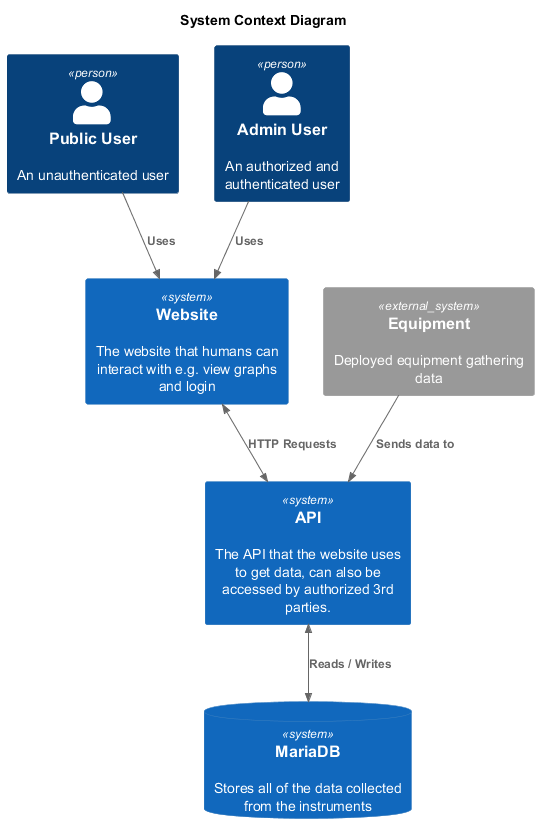
Above: docs/c4/context/System-Context-Diagram.png in asJoshua/CHIL-Data-Visualisation-Webapp (PlantUML), before the change.
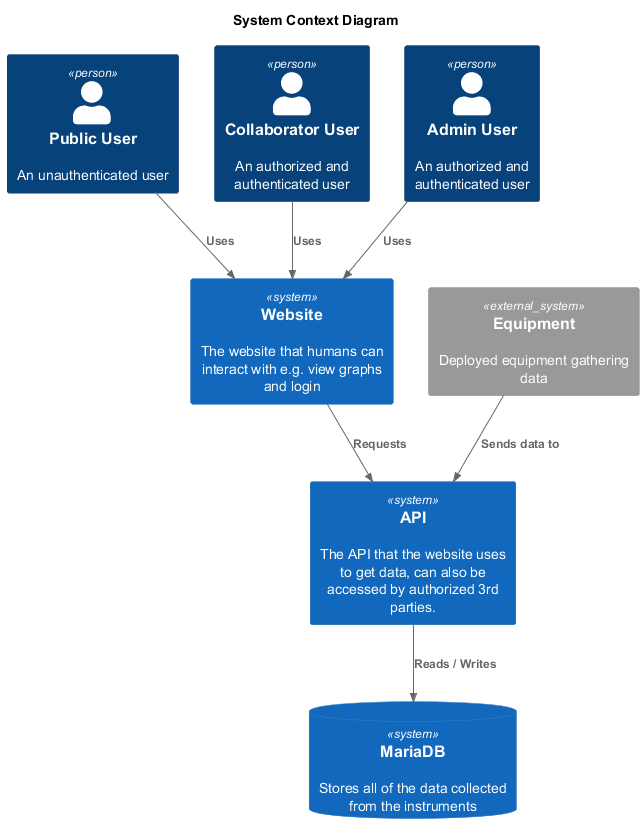
The same file after the commit.

Commit message:
wiki/Created website container diagram

Change to the diagram source:
```diff
@@ -3,6 +3,7 @@
 title System Context Diagram
 
 Person(public_user, "Public User", "An unauthenticated user")
+Person(collaborator_user, "Collaborator User", "An authorized and authenticated user")
 Person(admin_user, "Admin User", "An authorized and authenticated user")
 System_Ext(equipment, "Equipment", "Deployed equipment gathering data")
 System(website, "Website", "The website that humans can interact with e.g. view graphs and login")
@@ -10,9 +11,10 @@
 SystemDb(mariadb, "MariaDB", "Stores all of the data collected from the instruments")
 
 Rel(public_user, website, "Uses")
+Rel(collaborator_user, website, "Uses")
 Rel(admin_user, website, "Uses")
-BiRel(website, api, "HTTP Requests")
+Rel(website, api, "Requests")
 Rel(equipment, api, "Sends data to")
-BiRel(api, mariadb, "Reads / Writes")
+Rel(api, mariadb, "Reads / Writes")
 
 @enduml
```
